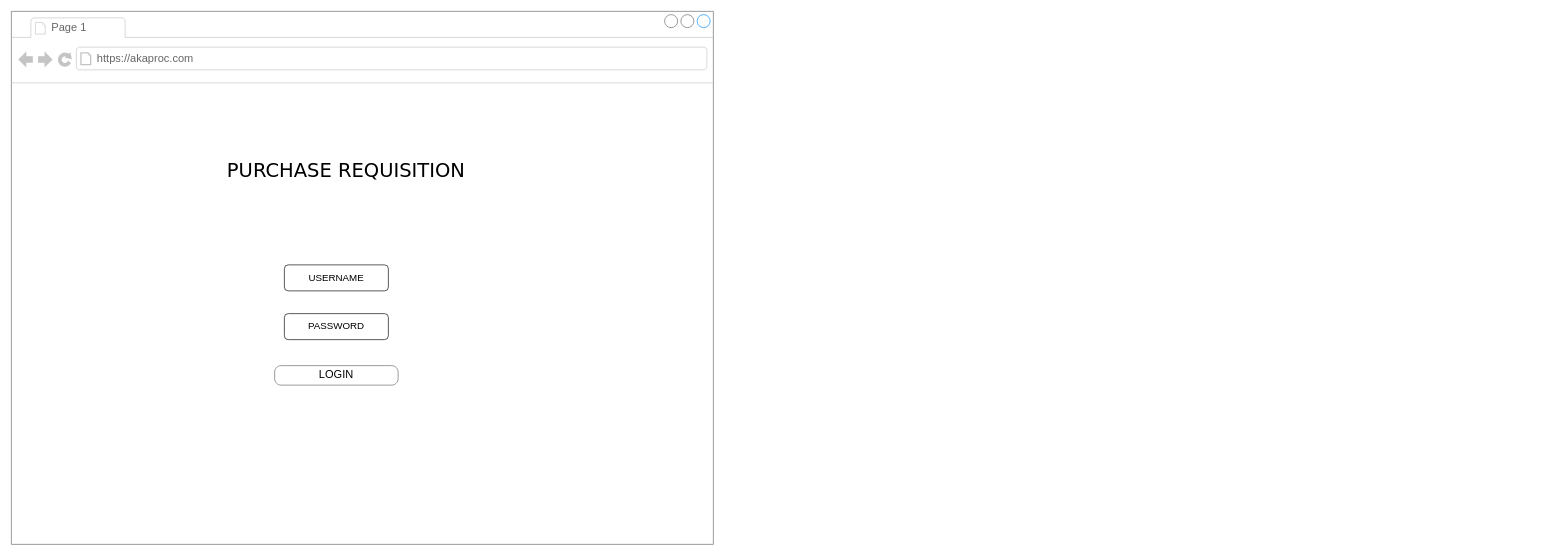
ardianozi18/berkibar keeps this draw.io diagram as procsyst.drawio. Above is the earlier version. Source tidied: cells renumbered, new cells numbered last; positions are measured from the earlier drawing's top-left corner, leaving out a move shared by most shapes. Both pictures are drawn from the tidied source at 65%, with x=0, y=0 at pixel (11, 11).
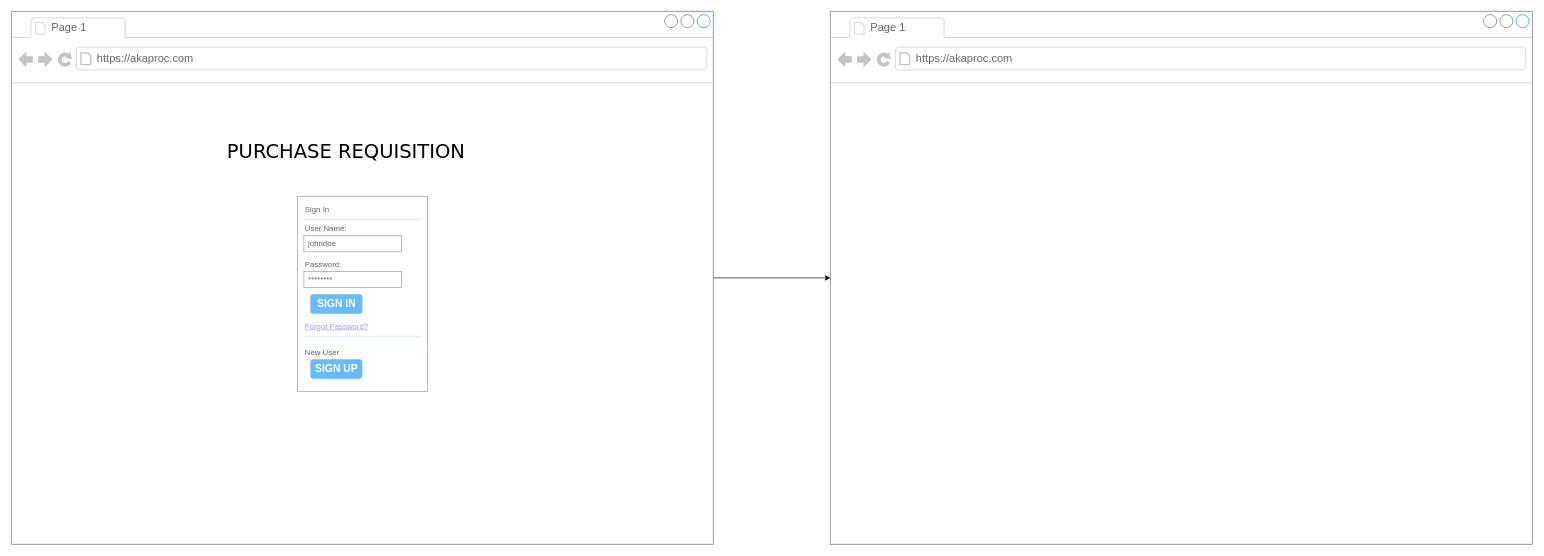
Above is the later version.

Unchanged cells that the change refers to:
```xml
<mxCell id="2" style="strokeWidth=1;shadow=0;dashed=0;align=center;html=1;shape=mxgraph.mockup.containers.browserWindow;rSize=0;strokeColor=#666666;mainText=,;rounded=0;labelBackgroundColor=none;fontFamily=Verdana;fontSize=12;" parent="1" vertex="1">
  <mxGeometry width="1080" height="820" as="geometry" />
</mxCell>
```

What changed in the source:
```diff
@@
+    <mxCell id="11" style="edgeStyle=none;rounded=0;jettySize=auto;html=1;fontSize=15;" parent="1" edge="1" source="2" target="24">
+      <mxGeometry relative="1" as="geometry" />
+    </mxCell>
@@
     <mxCell id="5" value="PURCHASE REQUISITION" style="text;html=1;align=left;verticalAlign=top;spacingTop=-4;fontSize=30;fontFamily=Verdana;" parent="2" vertex="1">
-      <mxGeometry x="330" y="225" width="340" height="50" as="geometry" />
+      <mxGeometry x="330" y="195" width="340" height="50" as="geometry" />
     </mxCell>
-    <mxCell id="6" value="LOGIN" style="strokeWidth=1;shadow=0;dashed=0;align=center;html=1;shape=mxgraph.mockup.buttons.button;strokeColor=#666666;mainText=;buttonStyle=round;fontSize=17;fontStyle=0;fillColor=none;whiteSpace=wrap;rounded=0;labelBackgroundColor=none;" parent="2" vertex="1">
-      <mxGeometry x="405" y="545" width="190" height="30" as="geometry" />
-    </mxCell>
-    <mxCell id="7" style="rounded=1;whiteSpace=wrap;html=1;" parent="2" vertex="1">
-      <mxGeometry x="420" y="465" width="160" height="40" as="geometry" />
-    </mxCell>
-    <mxCell id="8" style="rounded=1;whiteSpace=wrap;html=1;" parent="1" vertex="1">
-      <mxGeometry x="420" y="390" width="160" height="40" as="geometry" />
-    </mxCell>
-    <mxCell id="9" value="USERNAME" style="text;html=1;strokeColor=none;fillColor=none;align=center;verticalAlign=middle;whiteSpace=wrap;rounded=0;fontSize=15;" parent="1" vertex="1">
-      <mxGeometry x="420" y="399" width="160" height="22" as="geometry" />
-    </mxCell>
-    <mxCell id="10" value="PASSWORD" style="text;html=1;strokeColor=none;fillColor=none;align=center;verticalAlign=middle;whiteSpace=wrap;rounded=0;fontSize=15;" parent="1" vertex="1">
-      <mxGeometry x="420" y="465" width="160" height="35" as="geometry" />
-    </mxCell>
+    <mxCell id="12" style="strokeWidth=1;shadow=0;dashed=0;align=center;html=1;shape=mxgraph.mockup.forms.rrect;rSize=0;strokeColor=#999999;fillColor=#ffffff;fontSize=15;" parent="2" vertex="1">
+      <mxGeometry x="440" y="285" width="200" height="300" as="geometry" />
+    </mxCell>
+    <mxCell id="13" value="Sign In" style="strokeWidth=1;shadow=0;dashed=0;align=center;html=1;shape=mxgraph.mockup.forms.anchor;fontSize=12;fontColor=#666666;align=left;spacingLeft=0;" parent="12" vertex="1">
+      <mxGeometry width="100" height="20" relative="1" as="geometry">
+        <mxPoint x="10" y="10" as="offset" />
+      </mxGeometry>
+    </mxCell>
+    <mxCell id="14" style="shape=line;strokeColor=#ddeeff;strokeWidth=2;html=1;" parent="12" vertex="1">
+      <mxGeometry width="180" height="10" relative="1" as="geometry">
+        <mxPoint x="10" y="30" as="offset" />
+      </mxGeometry>
+    </mxCell>
+    <mxCell id="15" value="User Name:" style="strokeWidth=1;shadow=0;dashed=0;align=center;html=1;shape=mxgraph.mockup.forms.anchor;fontSize=12;fontColor=#666666;align=left;spacingLeft=0;" parent="12" vertex="1">
+      <mxGeometry width="100" height="20" relative="1" as="geometry">
+        <mxPoint x="10" y="40" as="offset" />
+      </mxGeometry>
+    </mxCell>
+    <mxCell id="16" value="johndoe" style="strokeWidth=1;shadow=0;dashed=0;align=center;html=1;shape=mxgraph.mockup.forms.rrect;rSize=0;strokeColor=#999999;fontColor=#666666;align=left;spacingLeft=5;" parent="12" vertex="1">
+      <mxGeometry width="150" height="25" relative="1" as="geometry">
+        <mxPoint x="10" y="60" as="offset" />
+      </mxGeometry>
+    </mxCell>
+    <mxCell id="17" value="Password:" style="strokeWidth=1;shadow=0;dashed=0;align=center;html=1;shape=mxgraph.mockup.forms.anchor;fontSize=12;fontColor=#666666;align=left;spacingLeft=0;" parent="12" vertex="1">
+      <mxGeometry width="100" height="20" relative="1" as="geometry">
+        <mxPoint x="10" y="95" as="offset" />
+      </mxGeometry>
+    </mxCell>
+    <mxCell id="18" value="********" style="strokeWidth=1;shadow=0;dashed=0;align=center;html=1;shape=mxgraph.mockup.forms.rrect;rSize=0;strokeColor=#999999;fontColor=#666666;align=left;spacingLeft=5;" parent="12" vertex="1">
+      <mxGeometry width="150" height="25" relative="1" as="geometry">
+        <mxPoint x="10" y="115" as="offset" />
+      </mxGeometry>
+    </mxCell>
+    <mxCell id="19" value="SIGN IN" style="strokeWidth=1;shadow=0;dashed=0;align=center;html=1;shape=mxgraph.mockup.forms.rrect;rSize=5;strokeColor=none;fontColor=#ffffff;fillColor=#66bbff;fontSize=16;fontStyle=1;" parent="12" vertex="1">
+      <mxGeometry y="1" width="80" height="30" relative="1" as="geometry">
+        <mxPoint x="20" y="-150" as="offset" />
+      </mxGeometry>
+    </mxCell>
+    <mxCell id="20" value="Forgot Password?" style="strokeWidth=1;shadow=0;dashed=0;align=center;html=1;shape=mxgraph.mockup.forms.anchor;fontSize=12;fontColor=#9999ff;align=left;spacingLeft=0;fontStyle=4;" parent="12" vertex="1">
+      <mxGeometry y="1" width="150" height="20" relative="1" as="geometry">
+        <mxPoint x="10" y="-110" as="offset" />
+      </mxGeometry>
+    </mxCell>
+    <mxCell id="21" style="shape=line;strokeColor=#ddeeff;strokeWidth=2;html=1;" parent="12" vertex="1">
+      <mxGeometry y="1" width="180" height="10" relative="1" as="geometry">
+        <mxPoint x="10" y="-90" as="offset" />
+      </mxGeometry>
+    </mxCell>
+    <mxCell id="22" value="New User" style="strokeWidth=1;shadow=0;dashed=0;align=center;html=1;shape=mxgraph.mockup.forms.anchor;fontSize=12;fontColor=#666666;align=left;spacingLeft=0;" parent="12" vertex="1">
+      <mxGeometry y="1" width="150" height="20" relative="1" as="geometry">
+        <mxPoint x="10" y="-70" as="offset" />
+      </mxGeometry>
+    </mxCell>
+    <mxCell id="23" value="SIGN UP" style="strokeWidth=1;shadow=0;dashed=0;align=center;html=1;shape=mxgraph.mockup.forms.rrect;rSize=5;strokeColor=none;fontColor=#ffffff;fillColor=#66bbff;fontSize=16;fontStyle=1;" parent="12" vertex="1">
+      <mxGeometry y="1" width="80" height="30" relative="1" as="geometry">
+        <mxPoint x="20" y="-50" as="offset" />
+      </mxGeometry>
+    </mxCell>
+    <mxCell id="24" style="strokeWidth=1;shadow=0;dashed=0;align=center;html=1;shape=mxgraph.mockup.containers.browserWindow;rSize=0;strokeColor=#666666;mainText=,;rounded=0;labelBackgroundColor=none;fontFamily=Verdana;fontSize=12;" parent="1" vertex="1">
+      <mxGeometry x="1260" width="1080" height="820" as="geometry" />
+    </mxCell>
+    <mxCell id="25" value="Page 1" style="strokeWidth=1;shadow=0;dashed=0;align=center;html=1;shape=mxgraph.mockup.containers.anchor;fontSize=17;fontColor=#666666;align=left;" parent="24" vertex="1">
+      <mxGeometry x="60" y="12" width="110" height="26" as="geometry" />
+    </mxCell>
+    <mxCell id="26" value="https://akaproc.com" style="strokeWidth=1;shadow=0;dashed=0;align=center;html=1;shape=mxgraph.mockup.containers.anchor;rSize=0;fontSize=17;fontColor=#666666;align=left;" parent="24" vertex="1">
+      <mxGeometry x="130" y="60" width="250" height="26" as="geometry" />
+    </mxCell>
```
